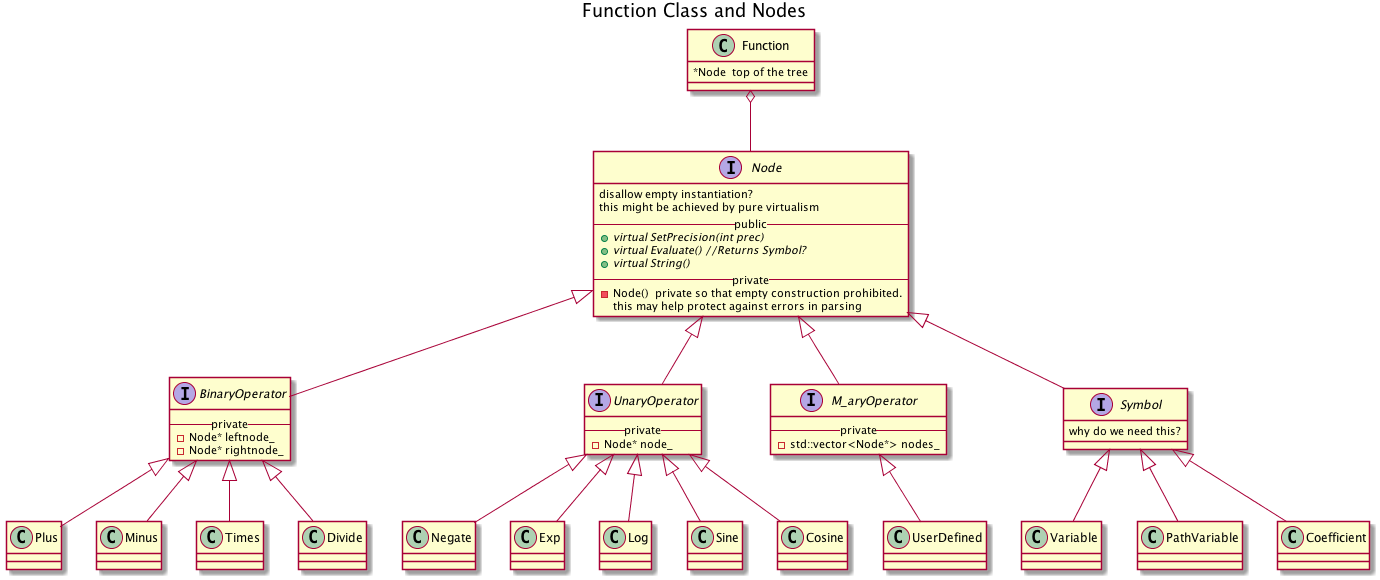
bertiniteam/b2 keeps this PlantUML diagram as doc/planning/classes/polynomial/function_class.png. Above is the earlier version. The source it was exported from:
```plantuml
@startuml
title Function Class and Nodes





	Function o-- Node

	Node <|-- BinaryOperator
	Node <|-- UnaryOperator
	Node <|-- M_aryOperator
	Node <|-- Symbol

	BinaryOperator <|-- Plus
	BinaryOperator <|-- Minus
	BinaryOperator <|-- Times
	BinaryOperator <|-- Divide
	UnaryOperator <|-- Negate
	UnaryOperator <|-- Exp
	UnaryOperator <|-- Log
	UnaryOperator <|-- Sine
	UnaryOperator <|-- Cosine
	M_aryOperator <|-- UserDefined

	Symbol <|-- Variable
	Symbol <|-- PathVariable
	Symbol <|-- Coefficient





	interface Node {
		disallow empty instantiation?
		this might be achieved by pure virtualism
		--public--
            	+{abstract} virtual SetPrecision(int prec)
            	+{abstract} virtual Evaluate() //Returns Symbol?
            	+{abstract} virtual String()
        --private--
            	-Node()  private so that empty construction prohibited.
            	this may help protect against errors in parsing
	}





	interface BinaryOperator {
		--private--
		-Node* leftnode_
		-Node* rightnode_
	}

	interface UnaryOperator {
		--private--
		-Node* node_
	}

	interface M_aryOperator {
		--private--
		-std::vector<Node*> nodes_
	}
	interface Symbol {
	why do we need this?
	}







	class Plus {

	}

	class Minus {

	}

	class Negate {

	}

	class Times {

	}


	class Divide {

	}







	class Variable {
	}



	class Function {
		*Node  top of the tree
	}



@enduml
```
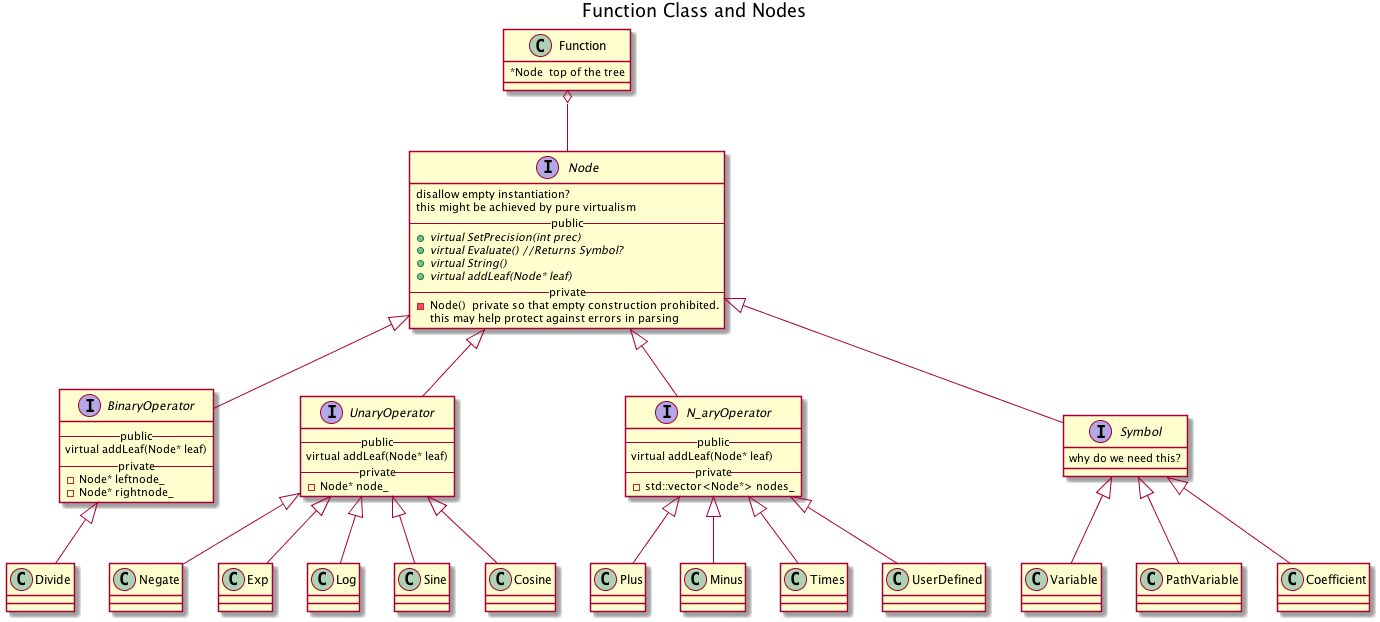
The same diagram one commit later.

The edit, as a diff of the source:
```diff
@@ -9,19 +9,19 @@
 
 	Node <|-- BinaryOperator
 	Node <|-- UnaryOperator
-	Node <|-- M_aryOperator
+	Node <|-- N_aryOperator
 	Node <|-- Symbol
 
-	BinaryOperator <|-- Plus
-	BinaryOperator <|-- Minus
-	BinaryOperator <|-- Times
+	N_aryOperator <|-- Plus
+	N_aryOperator <|-- Minus
+	N_aryOperator <|-- Times
 	BinaryOperator <|-- Divide
 	UnaryOperator <|-- Negate
 	UnaryOperator <|-- Exp
 	UnaryOperator <|-- Log
 	UnaryOperator <|-- Sine
 	UnaryOperator <|-- Cosine
-	M_aryOperator <|-- UserDefined
+	N_aryOperator <|-- UserDefined
 
 	Symbol <|-- Variable
 	Symbol <|-- PathVariable
@@ -38,6 +38,7 @@
             	+{abstract} virtual SetPrecision(int prec)
             	+{abstract} virtual Evaluate() //Returns Symbol?
             	+{abstract} virtual String()
+            	+{abstract} virtual addLeaf(Node* leaf)
         --private--
             	-Node()  private so that empty construction prohibited.
             	this may help protect against errors in parsing
@@ -48,17 +49,23 @@
 
 
 	interface BinaryOperator {
+		--public--
+		virtual addLeaf(Node* leaf)
 		--private--
 		-Node* leftnode_
 		-Node* rightnode_
 	}
 
 	interface UnaryOperator {
+		--public--
+		virtual addLeaf(Node* leaf)
 		--private--
 		-Node* node_
 	}
 
-	interface M_aryOperator {
+	interface N_aryOperator {
+		--public--
+		virtual addLeaf(Node* leaf)
 		--private--
 		-std::vector<Node*> nodes_
 	}
```
